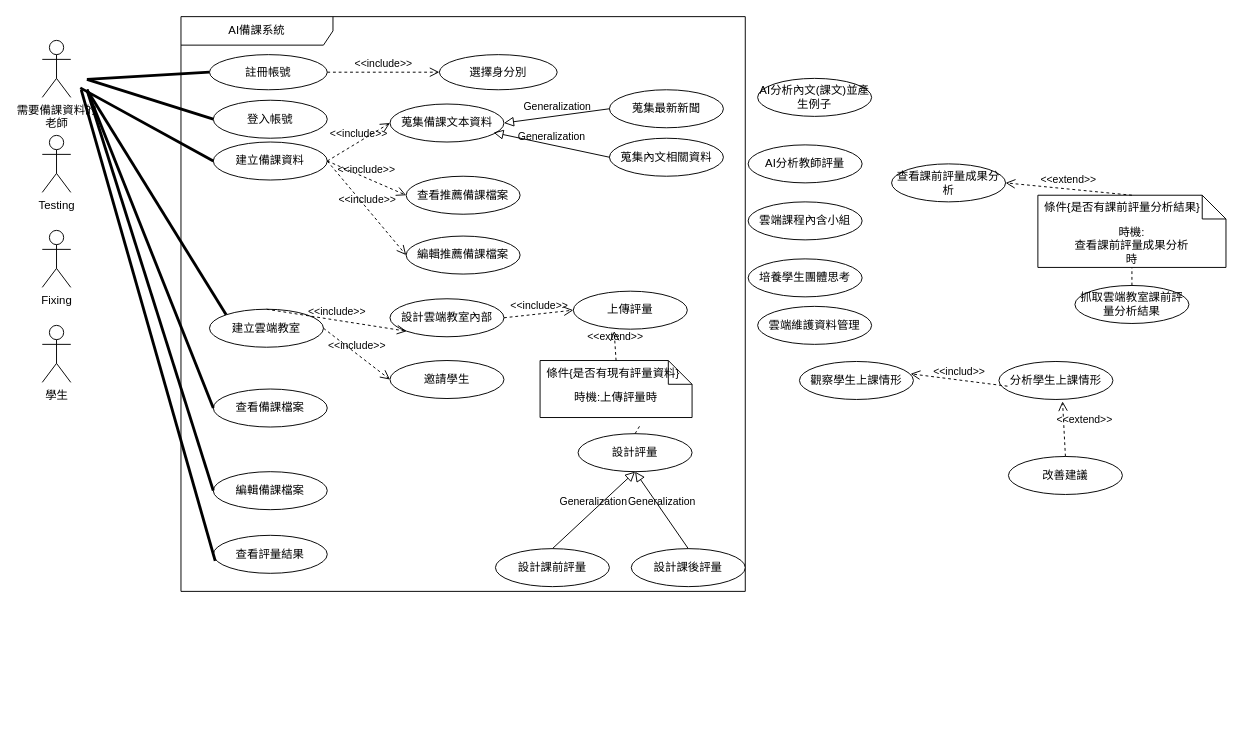
The draw.io diagram page "第 1 页" (1 of 2) of 顧客關係圖.drawio in Kevincheng0804/System-analysis, before the edit. Source tidied: cells renumbered, new cells numbered last; positions are measured from the earlier drawing's top-left corner, leaving out a move shared by most shapes. Both pictures are drawn from the tidied source at 95%, with x=0, y=0 at pixel (42, 16).
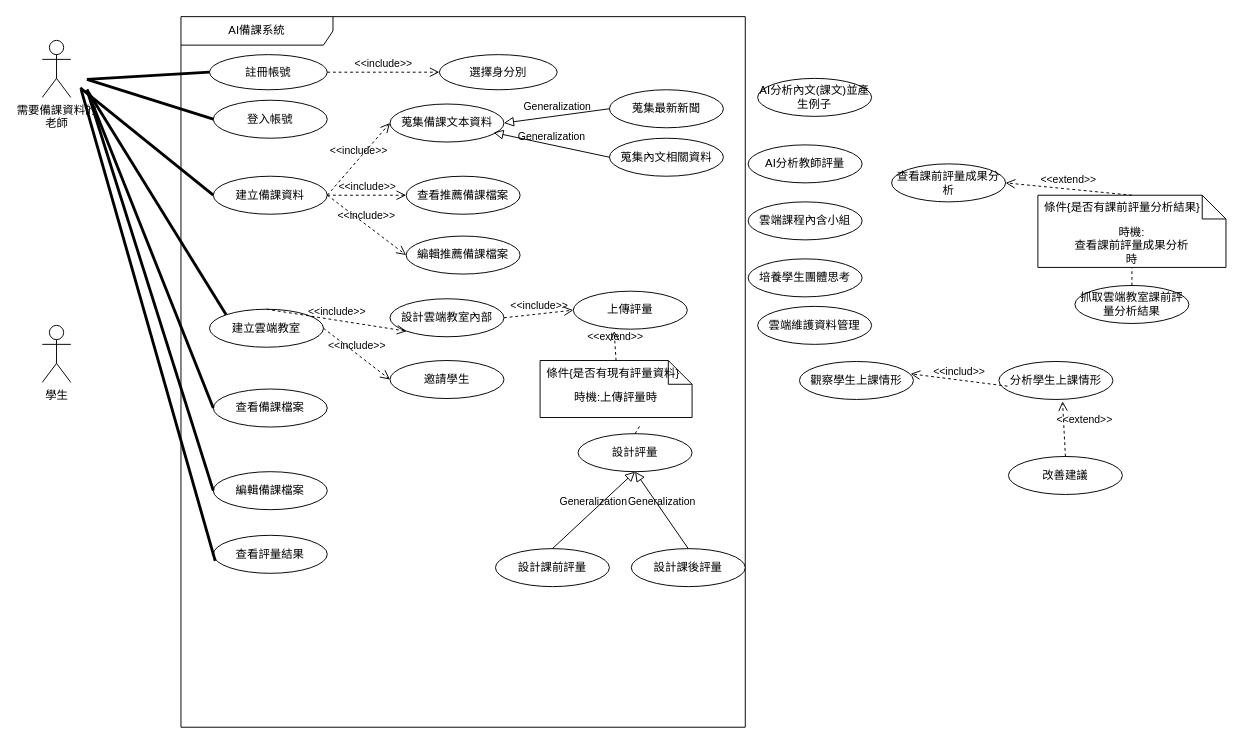
The same diagram, later.

Change to the diagram source:
```diff
@@
-    <mxCell id="3" value="Testing" style="shape=umlActor;verticalLabelPosition=bottom;verticalAlign=top;html=1;" parent="1" vertex="1">
-      <mxGeometry y="125" width="30" height="60" as="geometry" />
-    </mxCell>
-    <mxCell id="4" value="Fixing" style="shape=umlActor;verticalLabelPosition=bottom;verticalAlign=top;html=1;" parent="1" vertex="1">
-      <mxGeometry y="225" width="30" height="60" as="geometry" />
-    </mxCell>
     <mxCell id="5" value="AI備課系統" style="shape=umlFrame;whiteSpace=wrap;html=1;width=160;" parent="1" vertex="1">
-      <mxGeometry x="146" width="594" height="605" as="geometry" />
+      <mxGeometry x="146" width="594" height="748" as="geometry" />
     </mxCell>
@@
     <mxCell id="20" value="建立備課資料" style="ellipse;html=1;whiteSpace=wrap;" parent="5" vertex="1">
-      <mxGeometry x="34" y="132" width="120" height="40" as="geometry" />
+      <mxGeometry x="34" y="168" width="120" height="40" as="geometry" />
     </mxCell>
```
